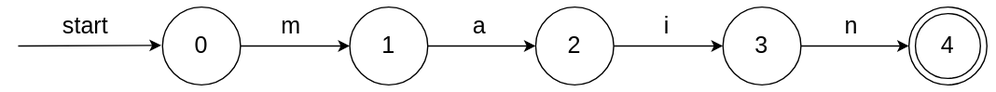
Above: post/Implementation of a regular expression engine/image/regular-0.svg in liuyunplus/yun-blog-builder (draw.io), before the change. Source tidied: cells renumbered, new cells last; positions are measured from the earlier drawing's top-left corner, leaving out a move shared by most shapes.
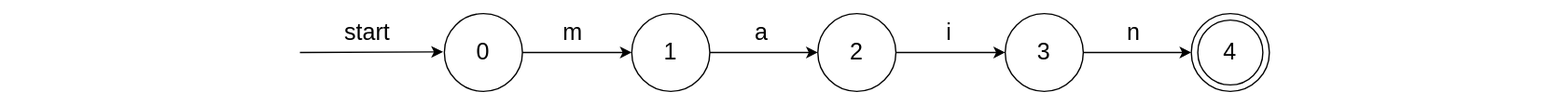
After the change.

The edit, as a diff of the source:
```diff
@@ -2,31 +2,34 @@
   <root>
     <mxCell id="0" />
     <mxCell id="1" parent="0" />
+    <mxCell id="19" style="rounded=0;whiteSpace=wrap;html=1;strokeColor=none;" parent="1" vertex="1">
+      <mxGeometry x="-227.5" y="-10" width="1200" height="80" as="geometry" />
+    </mxCell>
+    <mxCell id="20" style="group;" parent="1" vertex="1">
+      <mxGeometry width="745" height="60" as="geometry" />
+    </mxCell>
+    <mxCell id="3" value="&lt;span style=&quot;font-size: 18px&quot;&gt;0&lt;/span&gt;" style="ellipse;whiteSpace=wrap;html=1;" parent="20" vertex="1">
+      <mxGeometry x="111" width="60" height="60" as="geometry" />
+    </mxCell>
+    <mxCell id="5" value="&lt;span style=&quot;font-size: 18px&quot;&gt;1&lt;/span&gt;" style="ellipse;whiteSpace=wrap;html=1;" parent="20" vertex="1">
+      <mxGeometry x="255" width="60" height="60" as="geometry" />
+    </mxCell>
-    <mxCell id="2" style="edgeStyle=orthogonalEdgeStyle;rounded=0;jettySize=auto;html=1;" parent="1" edge="1" source="3" target="5">
+    <mxCell id="2" style="edgeStyle=orthogonalEdgeStyle;rounded=0;jettySize=auto;html=1;" parent="20" edge="1" source="3" target="5">
       <mxGeometry relative="1" as="geometry" />
     </mxCell>
-    <mxCell id="3" value="&lt;span style=&quot;font-size: 18px&quot;&gt;0&lt;/span&gt;" style="ellipse;whiteSpace=wrap;html=1;" parent="1" vertex="1">
-      <mxGeometry x="111" width="60" height="60" as="geometry" />
-    </mxCell>
-    <mxCell id="4" style="edgeStyle=orthogonalEdgeStyle;rounded=0;jettySize=auto;html=1;entryX=0;entryY=0.5;entryDx=0;entryDy=0;" parent="1" edge="1" source="5" target="9">
-      <mxGeometry relative="1" as="geometry" />
-    </mxCell>
-    <mxCell id="5" value="&lt;span style=&quot;font-size: 18px&quot;&gt;1&lt;/span&gt;" style="ellipse;whiteSpace=wrap;html=1;" parent="1" vertex="1">
-      <mxGeometry x="255" width="60" height="60" as="geometry" />
-    </mxCell>
-    <mxCell id="6" style="edgeStyle=orthogonalEdgeStyle;rounded=0;jettySize=auto;html=1;entryX=0;entryY=0.5;entryDx=0;entryDy=0;" parent="1" edge="1" source="7" target="11">
-      <mxGeometry relative="1" as="geometry" />
-    </mxCell>
-    <mxCell id="7" value="&lt;span style=&quot;font-size: 18px&quot;&gt;3&lt;/span&gt;" style="ellipse;whiteSpace=wrap;html=1;" parent="1" vertex="1">
+    <mxCell id="7" value="&lt;span style=&quot;font-size: 18px&quot;&gt;3&lt;/span&gt;" style="ellipse;whiteSpace=wrap;html=1;" parent="20" vertex="1">
       <mxGeometry x="542" width="60" height="60" as="geometry" />
     </mxCell>
-    <mxCell id="8" style="edgeStyle=orthogonalEdgeStyle;rounded=0;jettySize=auto;html=1;entryX=0;entryY=0.5;entryDx=0;entryDy=0;" parent="1" edge="1" source="9" target="7">
+    <mxCell id="8" style="edgeStyle=orthogonalEdgeStyle;rounded=0;jettySize=auto;html=1;entryX=0;entryY=0.5;entryDx=0;entryDy=0;" parent="20" edge="1" source="9" target="7">
       <mxGeometry relative="1" as="geometry" />
     </mxCell>
-    <mxCell id="9" value="&lt;span style=&quot;font-size: 18px&quot;&gt;2&lt;/span&gt;" style="ellipse;whiteSpace=wrap;html=1;" parent="1" vertex="1">
+    <mxCell id="9" value="&lt;span style=&quot;font-size: 18px&quot;&gt;2&lt;/span&gt;" style="ellipse;whiteSpace=wrap;html=1;" parent="20" vertex="1">
       <mxGeometry x="398" width="60" height="60" as="geometry" />
     </mxCell>
+    <mxCell id="4" style="edgeStyle=orthogonalEdgeStyle;rounded=0;jettySize=auto;html=1;entryX=0;entryY=0.5;entryDx=0;entryDy=0;" parent="20" edge="1" source="5" target="9">
+      <mxGeometry relative="1" as="geometry" />
+    </mxCell>
-    <mxCell id="10" style="group;" parent="1" vertex="1">
+    <mxCell id="10" style="group;" parent="20" vertex="1">
       <mxGeometry x="685" width="60" height="60" as="geometry" />
     </mxCell>
     <mxCell id="11" style="ellipse;whiteSpace=wrap;html=1;" parent="10" vertex="1">
@@ -35,25 +38,28 @@
     <mxCell id="12" value="&lt;span style=&quot;font-size: 18px&quot;&gt;4&lt;/span&gt;" style="ellipse;whiteSpace=wrap;html=1;" parent="10" vertex="1">
       <mxGeometry x="5" y="5" width="50" height="50" as="geometry" />
     </mxCell>
+    <mxCell id="6" style="edgeStyle=orthogonalEdgeStyle;rounded=0;jettySize=auto;html=1;entryX=0;entryY=0.5;entryDx=0;entryDy=0;" parent="20" edge="1" source="7" target="11">
+      <mxGeometry relative="1" as="geometry" />
+    </mxCell>
-    <mxCell id="13" style="endArrow=classic;html=1;" parent="1" edge="1">
+    <mxCell id="13" style="endArrow=classic;html=1;" parent="20" edge="1">
       <mxGeometry relative="1" as="geometry">
         <mxPoint y="30" as="sourcePoint" />
         <mxPoint x="110" y="29.5" as="targetPoint" />
       </mxGeometry>
     </mxCell>
-    <mxCell id="14" value="&lt;font style=&quot;font-size: 18px&quot;&gt;start&lt;/font&gt;" style="text;html=1;strokeColor=none;fillColor=none;align=center;verticalAlign=middle;whiteSpace=wrap;rounded=0;" parent="1" vertex="1">
+    <mxCell id="14" value="&lt;font style=&quot;font-size: 18px&quot;&gt;start&lt;/font&gt;" style="text;html=1;strokeColor=none;fillColor=none;align=center;verticalAlign=middle;whiteSpace=wrap;rounded=0;" parent="20" vertex="1">
       <mxGeometry x="32" width="40" height="30" as="geometry" />
     </mxCell>
-    <mxCell id="15" value="&lt;font style=&quot;font-size: 18px&quot;&gt;m&lt;/font&gt;" style="text;html=1;strokeColor=none;fillColor=none;align=center;verticalAlign=middle;whiteSpace=wrap;rounded=0;" parent="1" vertex="1">
+    <mxCell id="15" value="&lt;font style=&quot;font-size: 18px&quot;&gt;m&lt;/font&gt;" style="text;html=1;strokeColor=none;fillColor=none;align=center;verticalAlign=middle;whiteSpace=wrap;rounded=0;" parent="20" vertex="1">
       <mxGeometry x="190" width="40" height="30" as="geometry" />
     </mxCell>
-    <mxCell id="16" value="&lt;font style=&quot;font-size: 18px&quot;&gt;a&lt;/font&gt;" style="text;html=1;strokeColor=none;fillColor=none;align=center;verticalAlign=middle;whiteSpace=wrap;rounded=0;" parent="1" vertex="1">
+    <mxCell id="16" value="&lt;font style=&quot;font-size: 18px&quot;&gt;a&lt;/font&gt;" style="text;html=1;strokeColor=none;fillColor=none;align=center;verticalAlign=middle;whiteSpace=wrap;rounded=0;" parent="20" vertex="1">
       <mxGeometry x="335" width="40" height="30" as="geometry" />
     </mxCell>
-    <mxCell id="17" value="&lt;font style=&quot;font-size: 18px&quot;&gt;i&lt;/font&gt;" style="text;html=1;strokeColor=none;fillColor=none;align=center;verticalAlign=middle;whiteSpace=wrap;rounded=0;" parent="1" vertex="1">
+    <mxCell id="17" value="&lt;font style=&quot;font-size: 18px&quot;&gt;i&lt;/font&gt;" style="text;html=1;strokeColor=none;fillColor=none;align=center;verticalAlign=middle;whiteSpace=wrap;rounded=0;" parent="20" vertex="1">
       <mxGeometry x="479" width="40" height="30" as="geometry" />
     </mxCell>
-    <mxCell id="18" value="&lt;font style=&quot;font-size: 18px&quot;&gt;n&lt;/font&gt;" style="text;html=1;strokeColor=none;fillColor=none;align=center;verticalAlign=middle;whiteSpace=wrap;rounded=0;" parent="1" vertex="1">
+    <mxCell id="18" value="&lt;font style=&quot;font-size: 18px&quot;&gt;n&lt;/font&gt;" style="text;html=1;strokeColor=none;fillColor=none;align=center;verticalAlign=middle;whiteSpace=wrap;rounded=0;" parent="20" vertex="1">
       <mxGeometry x="621" width="40" height="30" as="geometry" />
     </mxCell>
   </root>
```
